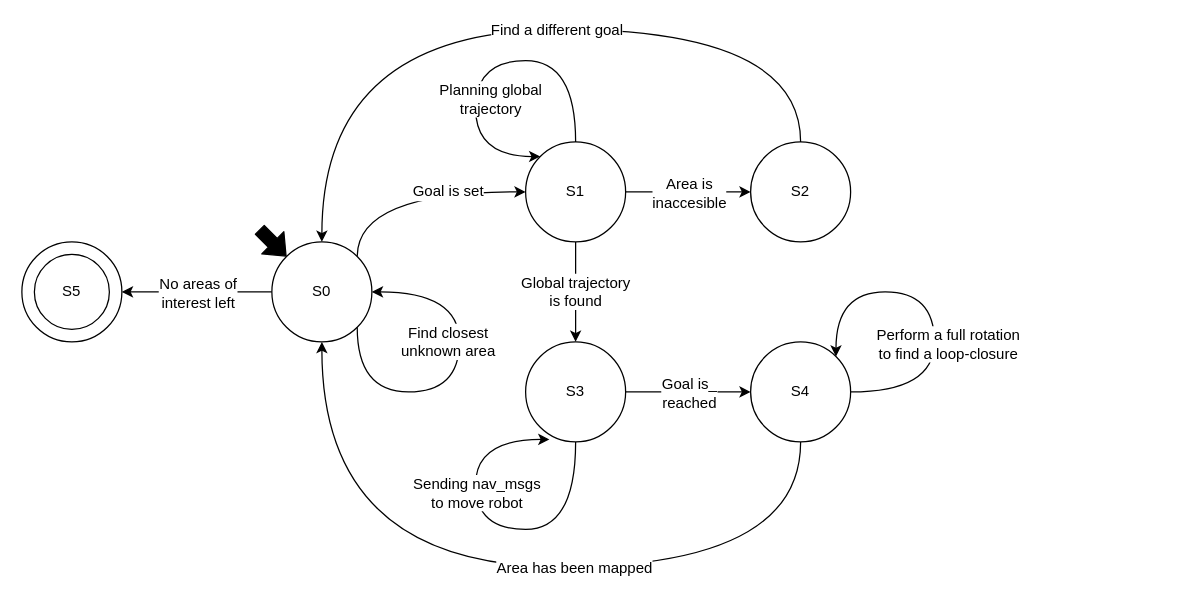
Before: Diagrams/autonomous_nav_FSM.drawio in A01371852/ROS_Autonomous_SLAM, a draw.io diagram. Source tidied: cells renumbered, new cells numbered last; positions are measured from the earlier drawing's top-left corner, leaving out a move shared by most shapes. Both pictures are drawn from the tidied source at 125%, with x=0, y=0 at pixel (21, 29).
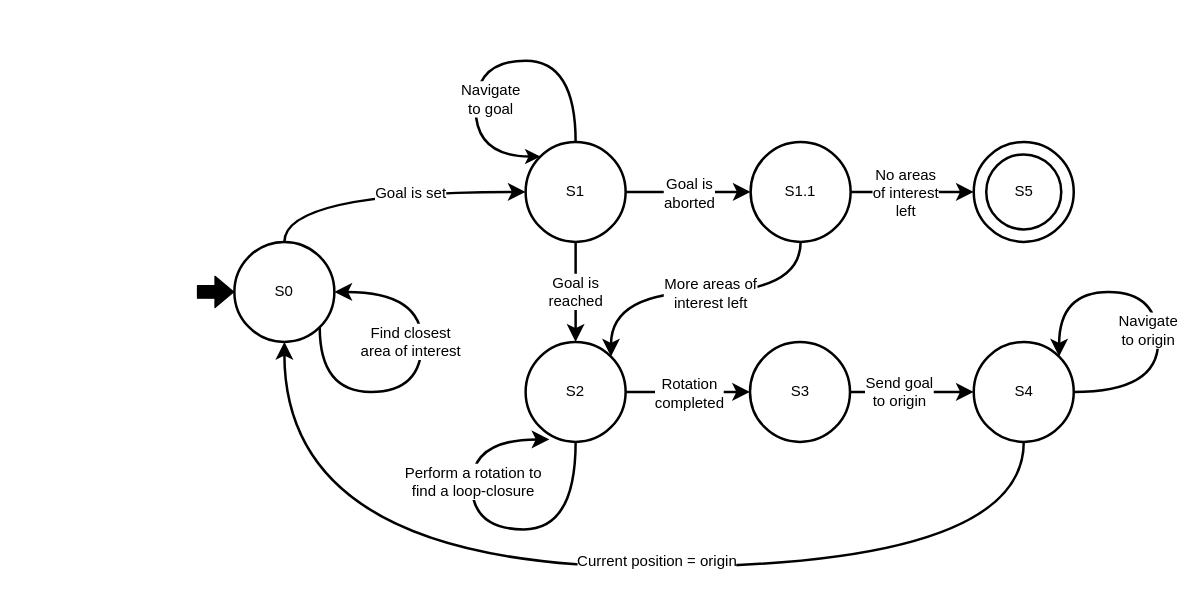
The same diagram, later.

Commit message (it also covers changes not shown here):
Updated FSM diagram.

Change to the diagram source:
```diff
@@
-    <mxCell id="2" style="ellipse;whiteSpace=wrap;html=1;" parent="1" vertex="1">
-      <mxGeometry y="170" width="80" height="80" as="geometry" />
+    <mxCell id="2" style="ellipse;whiteSpace=wrap;html=1;strokeWidth=2;" parent="1" vertex="1">
+      <mxGeometry x="761.5" y="90" width="80" height="80" as="geometry" />
     </mxCell>
-    <mxCell id="3" style="edgeStyle=orthogonalEdgeStyle;jettySize=auto;html=1;exitX=1;exitY=0;exitDx=0;exitDy=0;entryX=0;entryY=0.5;entryDx=0;entryDy=0;curved=1;" parent="1" edge="1" source="7" target="12">
+    <mxCell id="3" style="edgeStyle=orthogonalEdgeStyle;jettySize=auto;html=1;exitX=0.5;exitY=0;exitDx=0;exitDy=0;entryX=0;entryY=0.5;entryDx=0;entryDy=0;curved=1;endSize=8;strokeWidth=2;" parent="1" edge="1" source="7" target="12">
       <mxGeometry relative="1" as="geometry">
         <Array as="points">
-          <mxPoint x="268" y="130" />
+          <mxPoint x="210" y="130" />
         </Array>
       </mxGeometry>
     </mxCell>
     <mxCell id="4" value="Goal is set" style="text;html=1;align=center;verticalAlign=middle;labelBackgroundColor=#ffffff;" parent="3" vertex="1">
       <mxGeometry x="-0.45" y="-20" relative="1" as="geometry">
-        <mxPoint x="52" y="-1" as="offset" />
+        <mxPoint x="76" y="-20" as="offset" />
       </mxGeometry>
     </mxCell>
-    <mxCell id="5" style="edgeStyle=orthogonalEdgeStyle;curved=1;jettySize=auto;html=1;startArrow=none;startFill=0;endArrow=classic;endFill=1;fillColor=#000000;" parent="1" edge="1" source="7">
-      <mxGeometry relative="1" as="geometry">
-        <mxPoint x="80" y="210" as="targetPoint" />
-      </mxGeometry>
-    </mxCell>
-    <mxCell id="6" value="No areas of&lt;br&gt;interest left" style="text;html=1;align=center;verticalAlign=middle;labelBackgroundColor=#ffffff;" parent="5" vertex="1">
-      <mxGeometry x="-0.25" y="-3" relative="1" as="geometry">
-        <mxPoint x="-15" y="3" as="offset" />
-      </mxGeometry>
-    </mxCell>
-    <mxCell id="7" value="S0" style="ellipse;whiteSpace=wrap;html=1;" parent="1" vertex="1">
-      <mxGeometry x="200" y="170" width="80" height="80" as="geometry" />
+    <mxCell id="7" value="S0" style="ellipse;whiteSpace=wrap;html=1;strokeWidth=2;" parent="1" vertex="1">
+      <mxGeometry x="170" y="170" width="80" height="80" as="geometry" />
     </mxCell>
-    <mxCell id="8" value="S5" style="ellipse;whiteSpace=wrap;html=1;" parent="1" vertex="1">
-      <mxGeometry x="10" y="180" width="60" height="60" as="geometry" />
+    <mxCell id="8" value="S5" style="ellipse;whiteSpace=wrap;html=1;strokeWidth=2;" parent="1" vertex="1">
+      <mxGeometry x="771.5" y="100" width="60" height="60" as="geometry" />
     </mxCell>
-    <mxCell id="9" style="edgeStyle=orthogonalEdgeStyle;curved=1;jettySize=auto;html=1;fillColor=#000000;exitX=1;exitY=0.5;exitDx=0;exitDy=0;entryX=0;entryY=0.5;entryDx=0;entryDy=0;" parent="1" edge="1" source="12" target="15">
+    <mxCell id="9" style="edgeStyle=orthogonalEdgeStyle;curved=1;jettySize=auto;html=1;fillColor=#000000;exitX=1;exitY=0.5;exitDx=0;exitDy=0;entryX=0;entryY=0.5;entryDx=0;entryDy=0;endSize=8;strokeWidth=2;" parent="1" edge="1" source="12" target="15">
       <mxGeometry relative="1" as="geometry">
         <Array as="points">
           <mxPoint x="543" y="130" />
           <mxPoint x="543" y="130" />
         </Array>
       </mxGeometry>
     </mxCell>
-    <mxCell id="10" value="Area is&lt;br&gt;inaccesible" style="text;html=1;align=center;verticalAlign=middle;labelBackgroundColor=#ffffff;" parent="9" vertex="1">
+    <mxCell id="10" value="Goal is&lt;br&gt;aborted" style="text;html=1;align=center;verticalAlign=middle;labelBackgroundColor=#ffffff;" parent="9" vertex="1">
       <mxGeometry x="-0.2" y="-3" relative="1" as="geometry">
         <mxPoint x="10" y="-3" as="offset" />
       </mxGeometry>
     </mxCell>
-    <mxCell id="11" value="&lt;font style=&quot;font-size: 12px&quot;&gt;Global trajectory&lt;br&gt;is found&lt;br&gt;&lt;/font&gt;" style="edgeStyle=orthogonalEdgeStyle;curved=1;jettySize=auto;html=1;startArrow=none;startFill=0;endArrow=classic;endFill=1;fillColor=#000000;" parent="1" edge="1" source="12" target="23">
+    <mxCell id="11" value="&lt;font style=&quot;font-size: 12px&quot;&gt;Goal is&lt;br&gt;reached&lt;br&gt;&lt;/font&gt;" style="edgeStyle=orthogonalEdgeStyle;curved=1;jettySize=auto;html=1;startArrow=none;startFill=0;endArrow=classic;endFill=1;fillColor=#000000;endSize=8;strokeWidth=2;" parent="1" edge="1" source="12" target="23">
       <mxGeometry relative="1" as="geometry">
         <Array as="points">
           <mxPoint x="443" y="230" />
           <mxPoint x="443" y="230" />
         </Array>
       </mxGeometry>
     </mxCell>
-    <mxCell id="12" value="S1" style="ellipse;whiteSpace=wrap;html=1;" parent="1" vertex="1">
+    <mxCell id="12" value="S1" style="ellipse;whiteSpace=wrap;html=1;strokeWidth=2;" parent="1" vertex="1">
       <mxGeometry x="403" y="90" width="80" height="80" as="geometry" />
     </mxCell>
-    <mxCell id="13" style="edgeStyle=orthogonalEdgeStyle;curved=1;jettySize=auto;html=1;exitX=0.5;exitY=0;exitDx=0;exitDy=0;entryX=0.5;entryY=0;entryDx=0;entryDy=0;fillColor=#000000;" parent="1" edge="1" source="15" target="7">
+    <mxCell id="13" style="edgeStyle=orthogonalEdgeStyle;curved=1;jettySize=auto;html=1;entryX=0;entryY=0.5;entryDx=0;entryDy=0;fillColor=#000000;exitX=1;exitY=0.5;exitDx=0;exitDy=0;endSize=8;strokeWidth=2;" parent="1" edge="1" source="15" target="2">
       <mxGeometry relative="1" as="geometry">
         <Array as="points">
-          <mxPoint x="623" />
-          <mxPoint x="240" />
+          <mxPoint x="760" y="130" />
+          <mxPoint x="760" y="130" />
         </Array>
       </mxGeometry>
     </mxCell>
-    <mxCell id="14" value="Find a different goal" style="text;html=1;align=center;verticalAlign=middle;labelBackgroundColor=#ffffff;" parent="13" vertex="1">
+    <mxCell id="14" value="&lt;div&gt;No areas&lt;br&gt;of interest&lt;br&gt;left&lt;/div&gt;" style="text;html=1;align=center;verticalAlign=middle;labelBackgroundColor=#ffffff;" parent="13" vertex="1">
       <mxGeometry x="-0.04" y="3" relative="1" as="geometry">
-        <mxPoint x="23" y="-3" as="offset" />
+        <mxPoint x="-4" y="3" as="offset" />
       </mxGeometry>
     </mxCell>
+    <mxCell id="31" style="edgeStyle=orthogonalEdgeStyle;jettySize=auto;html=1;exitX=0.5;exitY=1;exitDx=0;exitDy=0;entryX=1;entryY=0;entryDx=0;entryDy=0;curved=1;endSize=8;strokeWidth=2;" parent="1" edge="1" source="15" target="23">
+      <mxGeometry relative="1" as="geometry" />
+    </mxCell>
+    <mxCell id="32" value="More areas of&lt;br&gt;interest left" style="text;html=1;align=center;verticalAlign=middle;labelBackgroundColor=#ffffff;" parent="31" vertex="1">
+      <mxGeometry x="-0.28" y="20" relative="1" as="geometry">
+        <mxPoint x="-25" y="-20" as="offset" />
+      </mxGeometry>
+    </mxCell>
-    <mxCell id="15" value="S2" style="ellipse;whiteSpace=wrap;html=1;" parent="1" vertex="1">
+    <mxCell id="15" value="S1.1" style="ellipse;whiteSpace=wrap;html=1;strokeWidth=2;" parent="1" vertex="1">
       <mxGeometry x="583" y="90" width="80" height="80" as="geometry" />
     </mxCell>
-    <mxCell id="16" style="edgeStyle=orthogonalEdgeStyle;curved=1;orthogonalLoop=1;jettySize=auto;html=1;exitX=1;exitY=1;exitDx=0;exitDy=0;entryX=1;entryY=0.5;entryDx=0;entryDy=0;" parent="1" edge="1" source="7" target="7">
+    <mxCell id="16" style="edgeStyle=orthogonalEdgeStyle;curved=1;orthogonalLoop=1;jettySize=auto;html=1;exitX=1;exitY=1;exitDx=0;exitDy=0;entryX=1;entryY=0.5;entryDx=0;entryDy=0;endSize=8;strokeWidth=2;" parent="1" edge="1" source="7" target="7">
       <mxGeometry relative="1" as="geometry">
         <Array as="points">
-          <mxPoint x="268" y="290" />
-          <mxPoint x="350" y="290" />
-          <mxPoint x="350" y="210" />
+          <mxPoint x="238" y="290" />
+          <mxPoint x="320" y="290" />
+          <mxPoint x="320" y="210" />
         </Array>
       </mxGeometry>
     </mxCell>
-    <mxCell id="17" value="Find closest&lt;br&gt;unknown area" style="text;html=1;align=center;verticalAlign=middle;labelBackgroundColor=#ffffff;" parent="16" vertex="1">
+    <mxCell id="17" value="Find closest&lt;br&gt;area of interest" style="text;html=1;align=center;verticalAlign=middle;labelBackgroundColor=#ffffff;" parent="16" vertex="1">
       <mxGeometry x="0.09" y="4" relative="1" as="geometry">
         <mxPoint x="-6" y="-20" as="offset" />
       </mxGeometry>
     </mxCell>
-    <mxCell id="18" style="edgeStyle=orthogonalEdgeStyle;curved=1;orthogonalLoop=1;jettySize=auto;html=1;exitX=0;exitY=0;exitDx=0;exitDy=0;entryX=0.5;entryY=0;entryDx=0;entryDy=0;startArrow=classic;startFill=1;endArrow=none;endFill=0;" parent="1" edge="1" source="12" target="12">
+    <mxCell id="18" style="edgeStyle=orthogonalEdgeStyle;curved=1;orthogonalLoop=1;jettySize=auto;html=1;exitX=0;exitY=0;exitDx=0;exitDy=0;entryX=0.5;entryY=0;entryDx=0;entryDy=0;startArrow=classic;startFill=1;endArrow=none;endFill=0;endSize=8;strokeWidth=2;" parent="1" edge="1" source="12" target="12">
       <mxGeometry relative="1" as="geometry">
         <Array as="points">
           <mxPoint x="363" y="102" />
           <mxPoint x="363" y="25" />
           <mxPoint x="443" y="25" />
         </Array>
       </mxGeometry>
     </mxCell>
-    <mxCell id="19" value="Planning global&lt;br&gt;trajectory" style="text;html=1;align=center;verticalAlign=middle;labelBackgroundColor=#ffffff;" parent="18" vertex="1">
+    <mxCell id="19" value="Navigate&lt;br&gt;to goal" style="text;html=1;align=center;verticalAlign=middle;labelBackgroundColor=#ffffff;" parent="18" vertex="1">
       <mxGeometry x="-0.03" y="-9" relative="1" as="geometry">
         <mxPoint x="7" y="21" as="offset" />
       </mxGeometry>
     </mxCell>
-    <mxCell id="20" style="shape=flexArrow;endArrow=classic;html=1;entryX=0;entryY=0;entryDx=0;entryDy=0;endWidth=14;endSize=4.67;fillColor=#000000;" parent="1" edge="1" target="7">
+    <mxCell id="20" style="shape=flexArrow;endArrow=classic;html=1;entryX=0;entryY=0.5;entryDx=0;entryDy=0;endWidth=14;endSize=4.67;fillColor=#000000;" parent="1" edge="1" target="7">
       <mxGeometry relative="1" as="geometry">
-        <mxPoint x="190" y="160" as="sourcePoint" />
+        <mxPoint x="140" y="210" as="sourcePoint" />
       </mxGeometry>
     </mxCell>
-    <mxCell id="21" style="edgeStyle=orthogonalEdgeStyle;curved=1;jettySize=auto;html=1;startArrow=none;startFill=0;endArrow=classic;endFill=1;fillColor=#000000;" parent="1" edge="1" source="23" target="26">
+    <mxCell id="21" style="edgeStyle=orthogonalEdgeStyle;curved=1;jettySize=auto;html=1;startArrow=none;startFill=0;endArrow=classic;endFill=1;fillColor=#000000;entryX=0;entryY=0.5;entryDx=0;entryDy=0;endSize=8;strokeWidth=2;" parent="1" edge="1" source="23" target="35">
       <mxGeometry relative="1" as="geometry" />
     </mxCell>
-    <mxCell id="22" value="Goal is_&lt;br&gt;reached" style="text;html=1;align=center;verticalAlign=middle;labelBackgroundColor=#ffffff;" parent="21" vertex="1">
+    <mxCell id="22" value="Rotation&lt;br&gt;completed" style="text;html=1;align=center;verticalAlign=middle;labelBackgroundColor=#ffffff;" parent="21" vertex="1">
       <mxGeometry x="-0.26" y="-4" relative="1" as="geometry">
         <mxPoint x="13" y="-4" as="offset" />
       </mxGeometry>
     </mxCell>
-    <mxCell id="23" value="S3" style="ellipse;whiteSpace=wrap;html=1;" parent="1" vertex="1">
+    <mxCell id="23" value="S2" style="ellipse;whiteSpace=wrap;html=1;strokeWidth=2;" parent="1" vertex="1">
       <mxGeometry x="403" y="250" width="80" height="80" as="geometry" />
     </mxCell>
-    <mxCell id="24" style="edgeStyle=orthogonalEdgeStyle;curved=1;jettySize=auto;html=1;exitX=0.5;exitY=1;exitDx=0;exitDy=0;entryX=0.5;entryY=1;entryDx=0;entryDy=0;startArrow=none;startFill=0;endArrow=classic;endFill=1;fillColor=#000000;" parent="1" edge="1" source="26" target="7">
+    <mxCell id="24" style="edgeStyle=orthogonalEdgeStyle;curved=1;jettySize=auto;html=1;exitX=0.5;exitY=1;exitDx=0;exitDy=0;entryX=0.5;entryY=1;entryDx=0;entryDy=0;startArrow=none;startFill=0;endArrow=classic;endFill=1;fillColor=#000000;endSize=8;strokeWidth=2;" parent="1" edge="1" source="26" target="7">
       <mxGeometry relative="1" as="geometry">
         <Array as="points">
-          <mxPoint x="623" y="430" />
-          <mxPoint x="240" y="430" />
+          <mxPoint x="802" y="430" />
+          <mxPoint x="210" y="430" />
         </Array>
       </mxGeometry>
     </mxCell>
-    <mxCell id="25" value="Area has been mapped" style="text;html=1;align=center;verticalAlign=middle;labelBackgroundColor=#ffffff;" parent="24" vertex="1">
+    <mxCell id="25" value="&lt;div&gt;Current position = origin&lt;/div&gt;" style="text;html=1;align=center;verticalAlign=middle;labelBackgroundColor=#ffffff;" parent="24" vertex="1">
       <mxGeometry x="-0.19" relative="1" as="geometry">
-        <mxPoint x="-13" as="offset" />
+        <mxPoint x="-41" y="-5" as="offset" />
       </mxGeometry>
     </mxCell>
-    <mxCell id="26" value="S4" style="ellipse;whiteSpace=wrap;html=1;" parent="1" vertex="1">
-      <mxGeometry x="583" y="250" width="80" height="80" as="geometry" />
+    <mxCell id="26" value="S4" style="ellipse;whiteSpace=wrap;html=1;strokeWidth=2;" parent="1" vertex="1">
+      <mxGeometry x="761.5" y="250" width="80" height="80" as="geometry" />
     </mxCell>
-    <mxCell id="27" style="edgeStyle=orthogonalEdgeStyle;curved=1;orthogonalLoop=1;jettySize=auto;html=1;exitX=0.5;exitY=1;exitDx=0;exitDy=0;entryX=0.238;entryY=0.975;entryDx=0;entryDy=0;entryPerimeter=0;startArrow=none;startFill=0;endArrow=classic;endFill=1;fillColor=#000000;" parent="1" edge="1" source="23" target="23">
+    <mxCell id="27" style="edgeStyle=orthogonalEdgeStyle;curved=1;orthogonalLoop=1;jettySize=auto;html=1;exitX=0.5;exitY=1;exitDx=0;exitDy=0;entryX=0.238;entryY=0.975;entryDx=0;entryDy=0;entryPerimeter=0;startArrow=none;startFill=0;endArrow=classic;endFill=1;fillColor=#000000;endSize=8;strokeWidth=2;" parent="1" edge="1" source="23" target="23">
       <mxGeometry relative="1" as="geometry">
         <Array as="points">
           <mxPoint x="443" y="400" />
-          <mxPoint x="363" y="400" />
-          <mxPoint x="363" y="328" />
+          <mxPoint x="360" y="400" />
+          <mxPoint x="360" y="328" />
         </Array>
       </mxGeometry>
     </mxCell>
-    <mxCell id="28" value="Sending nav_msgs&lt;br&gt;to move robot" style="text;html=1;align=center;verticalAlign=middle;labelBackgroundColor=#ffffff;" parent="27" vertex="1">
+    <mxCell id="28" value="Perform a rotation to&lt;br&gt;find a loop-closure" style="text;html=1;align=center;verticalAlign=middle;labelBackgroundColor=#ffffff;" parent="27" vertex="1">
       <mxGeometry x="-0.53" y="-25" relative="1" as="geometry">
-        <mxPoint x="-55" y="-26" as="offset" />
+        <mxPoint x="-58" y="-36" as="offset" />
       </mxGeometry>
     </mxCell>
-    <mxCell id="29" style="edgeStyle=orthogonalEdgeStyle;curved=1;orthogonalLoop=1;jettySize=auto;html=1;exitX=1;exitY=0.5;exitDx=0;exitDy=0;entryX=1;entryY=0;entryDx=0;entryDy=0;startArrow=none;startFill=0;endArrow=classic;endFill=1;fillColor=#000000;" parent="1" edge="1" source="26" target="26">
+    <mxCell id="29" style="edgeStyle=orthogonalEdgeStyle;curved=1;orthogonalLoop=1;jettySize=auto;html=1;exitX=1;exitY=0.5;exitDx=0;exitDy=0;entryX=1;entryY=0;entryDx=0;entryDy=0;startArrow=none;startFill=0;endArrow=classic;endFill=1;fillColor=#000000;endSize=8;strokeWidth=2;" parent="1" edge="1" source="26" target="26">
       <mxGeometry relative="1" as="geometry">
         <Array as="points">
-          <mxPoint x="730" y="290" />
-          <mxPoint x="730" y="210" />
-          <mxPoint x="651" y="210" />
+          <mxPoint x="909" y="290" />
+          <mxPoint x="909" y="210" />
+          <mxPoint x="830" y="210" />
         </Array>
       </mxGeometry>
     </mxCell>
-    <mxCell id="30" value="Perform a full rotation&lt;br&gt;to find a loop-closure" style="text;html=1;align=center;verticalAlign=middle;labelBackgroundColor=#ffffff;" parent="29" vertex="1">
+    <mxCell id="30" value="Navigate&lt;br&gt;to origin" style="text;html=1;align=center;verticalAlign=middle;labelBackgroundColor=#ffffff;" parent="29" vertex="1">
       <mxGeometry x="0.01" y="11" relative="1" as="geometry">
-        <mxPoint x="21" y="34" as="offset" />
+        <mxPoint x="2" y="24" as="offset" />
       </mxGeometry>
     </mxCell>
+    <mxCell id="33" style="edgeStyle=orthogonalEdgeStyle;curved=1;jettySize=auto;html=1;exitX=1;exitY=0.5;exitDx=0;exitDy=0;entryX=0;entryY=0.5;entryDx=0;entryDy=0;endSize=8;strokeWidth=2;" parent="1" edge="1" source="35" target="26">
+      <mxGeometry relative="1" as="geometry" />
+    </mxCell>
+    <mxCell id="34" value="Send goal&lt;br&gt;to origin" style="text;html=1;align=center;verticalAlign=middle;labelBackgroundColor=#ffffff;" parent="33" vertex="1">
+      <mxGeometry x="-0.21" y="1" relative="1" as="geometry" />
+    </mxCell>
+    <mxCell id="35" value="S3" style="ellipse;whiteSpace=wrap;html=1;strokeWidth=2;" parent="1" vertex="1">
+      <mxGeometry x="582.5" y="250" width="80" height="80" as="geometry" />
+    </mxCell>
```
